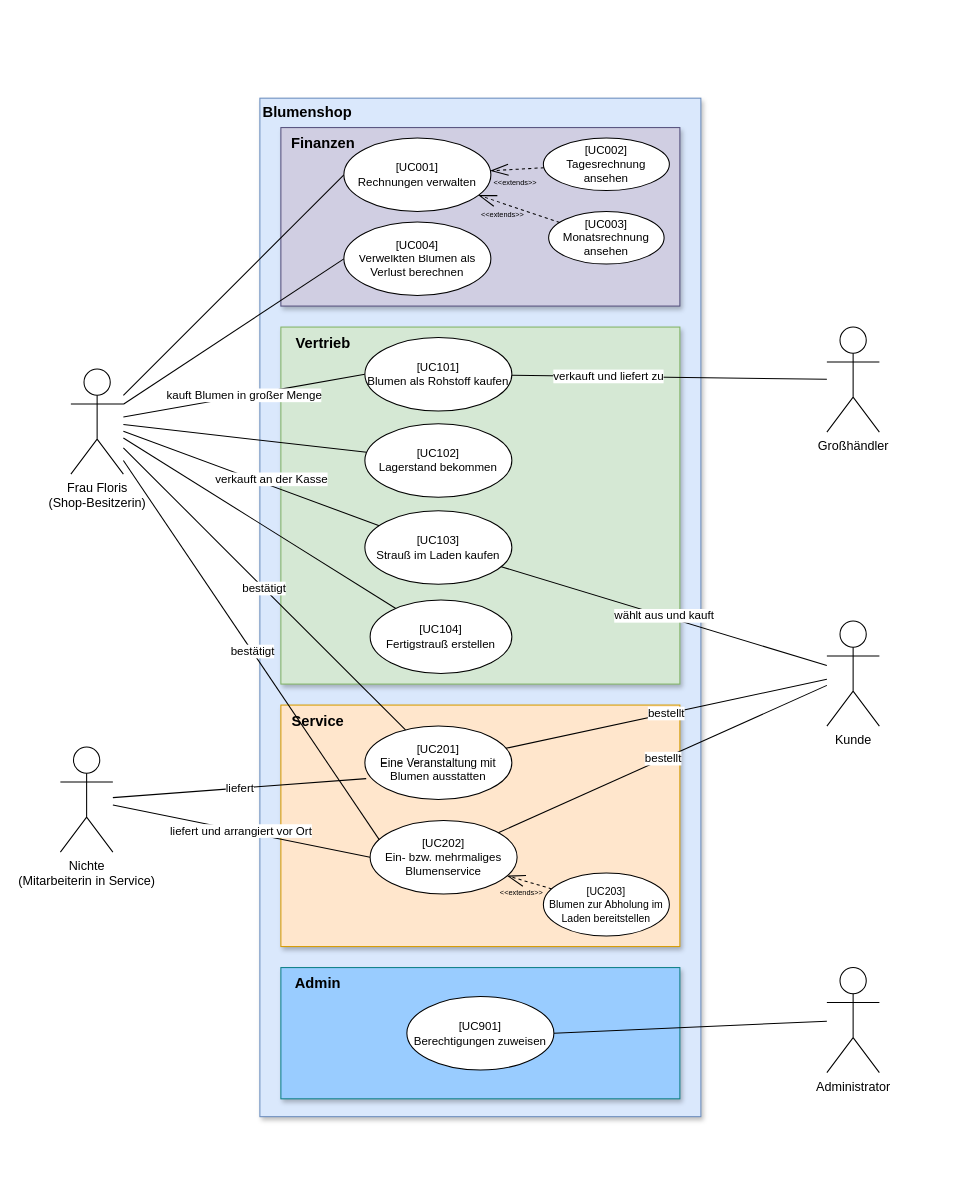
Above: src/main/asciidoc/models/analysis/usecases.drawio in mrEkso/Flower-Shop-Management-System (draw.io), before the change. Source tidied: cells renumbered, new cells numbered last; positions are measured from the earlier drawing's top-left corner, leaving out a move shared by most shapes. Both pictures are drawn from the tidied source at 105%, with x=0, y=0 at pixel (60, 96).
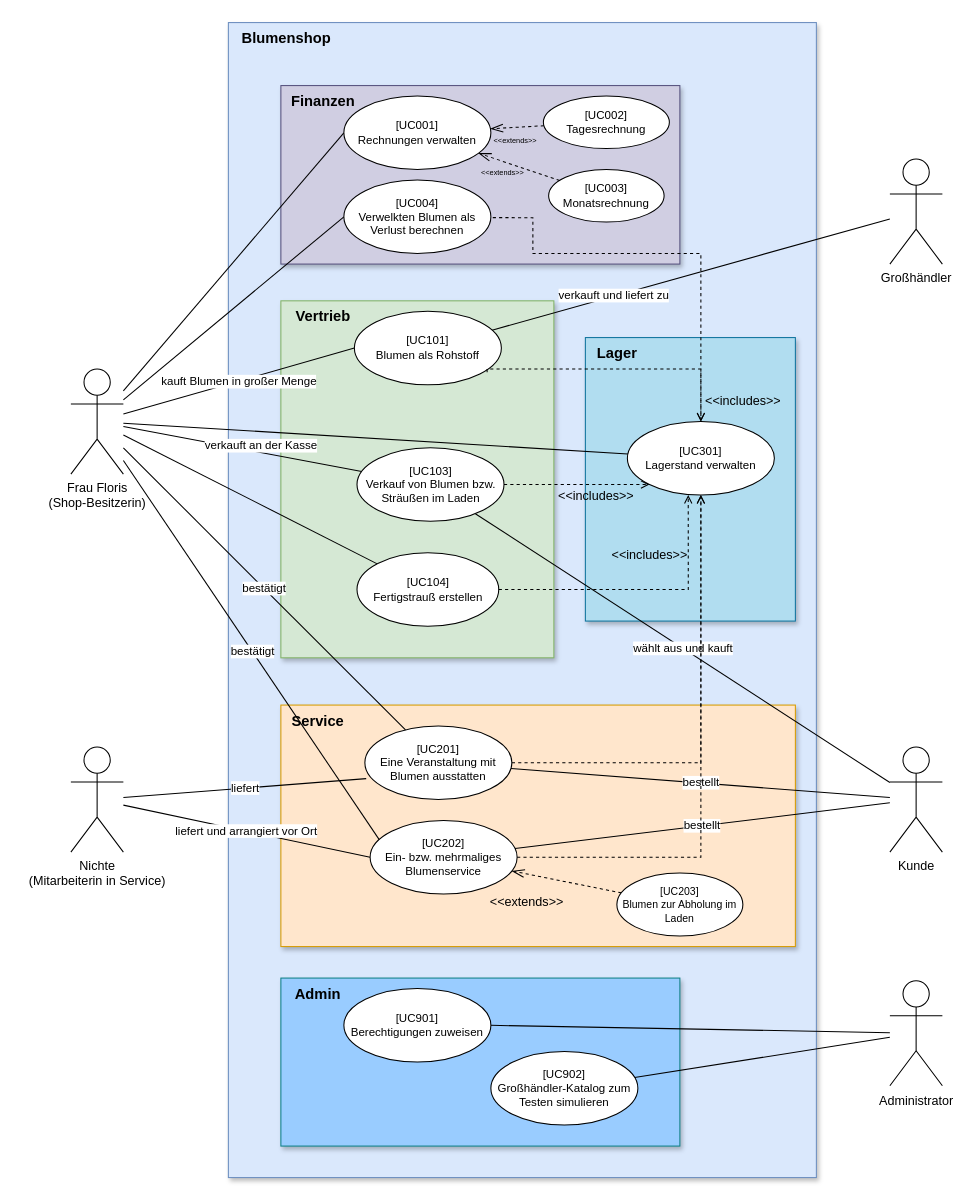
After the change.

Unchanged cells that the change refers to:
```xml
<mxCell id="23" value="[UC201]&lt;br&gt;Eine Veranstaltung mit Blumen ausstatten" style="ellipse;whiteSpace=wrap;html=1;fontSize=11;" parent="1" vertex="1">
  <mxGeometry x="290" y="600" width="140" height="70" as="geometry" />
</mxCell>
<mxCell id="25" value="[UC202]&lt;br&gt;Ein- bzw. mehrmaliges Blumenservice" style="ellipse;whiteSpace=wrap;html=1;fontSize=11;" parent="1" vertex="1">
  <mxGeometry x="295" y="690" width="140" height="70" as="geometry" />
</mxCell>
```

Diff of the diagram source:
```diff
@@
     <mxCell id="2" style="html=1;whiteSpace=wrap;fillColor=#dae8fc;strokeColor=#6c8ebf;shadow=1;labelPosition=left;verticalLabelPosition=top;align=right;verticalAlign=bottom;" parent="1" vertex="1">
-      <mxGeometry x="190" y="2" width="420" height="970" as="geometry" />
+      <mxGeometry x="160" y="-70" width="560" height="1100" as="geometry" />
     </mxCell>
+    <mxCell id="51" style="html=1;whiteSpace=wrap;fillColor=#b1ddf0;strokeColor=#10739e;shadow=1;labelPosition=left;verticalLabelPosition=top;align=right;verticalAlign=bottom;glass=0;rounded=0;" parent="1" vertex="1">
+      <mxGeometry x="500" y="230" width="200" height="270" as="geometry" />
+    </mxCell>
     <mxCell id="3" style="html=1;whiteSpace=wrap;fillColor=#ffe6cc;strokeColor=#d79b00;shadow=1;labelPosition=left;verticalLabelPosition=top;align=right;verticalAlign=bottom;" parent="1" vertex="1">
-      <mxGeometry x="210" y="580" width="380" height="230" as="geometry" />
+      <mxGeometry x="210" y="580" width="490" height="230" as="geometry" />
     </mxCell>
     <mxCell id="4" style="html=1;whiteSpace=wrap;fillColor=#d5e8d4;strokeColor=#82b366;shadow=1;labelPosition=left;verticalLabelPosition=top;align=right;verticalAlign=bottom;glass=0;rounded=0;" parent="1" vertex="1">
-      <mxGeometry x="210" y="220" width="380" height="340" as="geometry" />
+      <mxGeometry x="210" y="195" width="260" height="340" as="geometry" />
     </mxCell>
     <mxCell id="5" style="html=1;whiteSpace=wrap;fillColor=#99CCFF;strokeColor=#0e8088;shadow=1;labelPosition=left;verticalLabelPosition=top;align=right;verticalAlign=bottom;" parent="1" vertex="1">
-      <mxGeometry x="210" y="830" width="380" height="125" as="geometry" />
+      <mxGeometry x="210" y="840" width="380" height="160" as="geometry" />
     </mxCell>
     <mxCell id="6" style="html=1;whiteSpace=wrap;fillColor=#d0cee2;strokeColor=#56517e;shadow=1;labelPosition=left;verticalLabelPosition=top;align=right;verticalAlign=bottom;" parent="1" vertex="1">
-      <mxGeometry x="210" y="30" width="380" height="170" as="geometry" />
+      <mxGeometry x="210" y="-10" width="380" height="170" as="geometry" />
     </mxCell>
@@
     <mxCell id="15" value="Nichte &lt;br&gt;(Mitarbeiterin in Service)" style="shape=umlActor;verticalLabelPosition=bottom;verticalAlign=top;html=1;" parent="1" vertex="1">
-      <mxGeometry y="620" width="50" height="100" as="geometry" />
+      <mxGeometry x="10" y="620" width="50" height="100" as="geometry" />
     </mxCell>
@@
     <mxCell id="18" value="Kunde" style="shape=umlActor;verticalLabelPosition=bottom;verticalAlign=top;html=1;" parent="1" vertex="1">
-      <mxGeometry x="730" y="500" width="50" height="100" as="geometry" />
+      <mxGeometry x="790" y="620" width="50" height="100" as="geometry" />
     </mxCell>
@@
+    <mxCell id="52" style="rounded=0;jettySize=auto;html=1;endArrow=none;endFill=0;" parent="1" edge="1" source="20" target="63">
+      <mxGeometry relative="1" as="geometry" />
+    </mxCell>
     <mxCell id="20" value="Administrator" style="shape=umlActor;verticalLabelPosition=bottom;verticalAlign=top;html=1;" parent="1" vertex="1">
-      <mxGeometry x="730" y="830" width="50" height="100" as="geometry" />
+      <mxGeometry x="790" y="842.5" width="50" height="100" as="geometry" />
     </mxCell>
     <mxCell id="21" value="[UC901]&lt;br&gt;Berechtigungen zuweisen" style="ellipse;whiteSpace=wrap;html=1;fontSize=11;" parent="1" vertex="1">
-      <mxGeometry x="330" y="857.5" width="140" height="70" as="geometry" />
+      <mxGeometry x="270" y="850" width="140" height="70" as="geometry" />
     </mxCell>
-    <mxCell id="22" value="[UC103]&lt;br&gt;Strauß im Laden kaufen" style="ellipse;whiteSpace=wrap;html=1;fontSize=11;" parent="1" vertex="1">
-      <mxGeometry x="290" y="395" width="140" height="70" as="geometry" />
+    <mxCell id="22" value="[UC103]&lt;br&gt;Verkauf von Blumen bzw. Sträußen im Laden" style="ellipse;whiteSpace=wrap;html=1;fontSize=11;" parent="1" vertex="1">
+      <mxGeometry x="282.5" y="335" width="140" height="70" as="geometry" />
     </mxCell>
@@
     <mxCell id="27" value="[UC001]&lt;br&gt;Rechnungen verwalten" style="ellipse;whiteSpace=wrap;html=1;fontSize=11;" parent="1" vertex="1">
-      <mxGeometry x="270" y="40" width="140" height="70" as="geometry" />
+      <mxGeometry x="270" width="140" height="70" as="geometry" />
     </mxCell>
@@
     <mxCell id="30" value="Großhändler" style="shape=umlActor;verticalLabelPosition=bottom;verticalAlign=top;html=1;" parent="1" vertex="1">
-      <mxGeometry x="730" y="220" width="50" height="100" as="geometry" />
+      <mxGeometry x="790" y="60" width="50" height="100" as="geometry" />
     </mxCell>
-    <mxCell id="31" value="[UC101]&lt;br&gt;Blumen als Rohstoff kaufen" style="ellipse;whiteSpace=wrap;html=1;fontSize=11;" parent="1" vertex="1">
-      <mxGeometry x="290" y="230" width="140" height="70" as="geometry" />
+    <mxCell id="31" value="[UC101]&lt;br&gt;Blumen als Rohstoff" style="ellipse;whiteSpace=wrap;html=1;fontSize=11;" parent="1" vertex="1">
+      <mxGeometry x="280" y="205" width="140" height="70" as="geometry" />
     </mxCell>
     <mxCell id="32" value="Blumenshop" style="text;html=1;align=center;verticalAlign=middle;strokeColor=none;fillColor=none;fontStyle=1;fontSize=14;" parent="1" vertex="1">
-      <mxGeometry x="180" width="110" height="30" as="geometry" />
+      <mxGeometry x="160" y="-70" width="110" height="30" as="geometry" />
     </mxCell>
     <mxCell id="33" value="[UC104]&lt;br&gt;Fertigstrauß erstellen" style="ellipse;whiteSpace=wrap;html=1;fontSize=11;" parent="1" vertex="1">
-      <mxGeometry x="295" y="480" width="135" height="70" as="geometry" />
+      <mxGeometry x="282.5" y="435" width="135" height="70" as="geometry" />
     </mxCell>
     <mxCell id="34" value="[UC004]&lt;br&gt;Verwelkten Blumen als Verlust berechnen" style="ellipse;whiteSpace=wrap;html=1;fontSize=11;" parent="1" vertex="1">
-      <mxGeometry x="270" y="120" width="140" height="70" as="geometry" />
+      <mxGeometry x="270" y="80" width="140" height="70" as="geometry" />
     </mxCell>
     <mxCell id="35" value="Finanzen" style="text;html=1;align=center;verticalAlign=middle;strokeColor=none;fillColor=none;fontStyle=1;fontSize=14;" parent="1" vertex="1">
-      <mxGeometry x="210" y="30" width="80" height="30" as="geometry" />
+      <mxGeometry x="210" y="-10" width="80" height="30" as="geometry" />
     </mxCell>
     <mxCell id="36" value="Vertrieb" style="text;html=1;align=center;verticalAlign=middle;strokeColor=none;fillColor=none;fontStyle=1;fontSize=14;" parent="1" vertex="1">
-      <mxGeometry x="210" y="220" width="80" height="30" as="geometry" />
+      <mxGeometry x="210" y="195" width="80" height="30" as="geometry" />
     </mxCell>
@@
-    <mxCell id="39" value="[UC002]&lt;br&gt;Tagesrechnung ansehen" style="ellipse;whiteSpace=wrap;html=1;fontSize=11;" parent="1" vertex="1">
-      <mxGeometry x="460" y="40" width="120" height="50" as="geometry" />
+    <mxCell id="39" value="[UC002]&lt;br&gt;Tagesrechnung" style="ellipse;whiteSpace=wrap;html=1;fontSize=11;" parent="1" vertex="1">
+      <mxGeometry x="460" width="120" height="50" as="geometry" />
     </mxCell>
-    <mxCell id="40" value="[UC003]&lt;br&gt;Monatsrechnung&lt;br style=&quot;font-size: 11px;&quot;&gt;ansehen" style="ellipse;whiteSpace=wrap;html=1;fontSize=11;" parent="1" vertex="1">
-      <mxGeometry x="465" y="110" width="110" height="50" as="geometry" />
+    <mxCell id="40" value="[UC003]&lt;br&gt;Monatsrechnung" style="ellipse;whiteSpace=wrap;html=1;fontSize=11;" parent="1" vertex="1">
+      <mxGeometry x="465" y="70" width="110" height="50" as="geometry" />
     </mxCell>
@@
-    <mxCell id="42" value="[UC102]&lt;br&gt;Lagerstand bekommen" style="ellipse;whiteSpace=wrap;html=1;fontSize=11;" parent="1" vertex="1">
-      <mxGeometry x="290" y="312" width="140" height="70" as="geometry" />
+    <mxCell id="42" value="[UC301]&lt;br&gt;Lagerstand verwalten" style="ellipse;whiteSpace=wrap;html=1;fontSize=11;" parent="1" vertex="1">
+      <mxGeometry x="540" y="310" width="140" height="70" as="geometry" />
     </mxCell>
-    <mxCell id="43" style="rounded=0;jettySize=auto;html=1;endArrow=openThin;endFill=0;startSize=6;endSize=15;dashed=1;" parent="1" edge="1" source="45" target="25">
+    <mxCell id="43" style="rounded=0;jettySize=auto;html=1;endArrow=openThin;endFill=0;startSize=6;endSize=10;dashed=1;" parent="1" edge="1" source="45" target="25">
       <mxGeometry relative="1" as="geometry" />
     </mxCell>
-    <mxCell id="44" value="&lt;font style=&quot;font-size: 7px;&quot;&gt;&amp;lt;&amp;lt;extends&amp;gt;&amp;gt;&lt;/font&gt;" style="edgeLabel;html=1;align=center;verticalAlign=middle;fontColor=default;labelBackgroundColor=none;" parent="43" vertex="1">
+    <mxCell id="44" value="&lt;font style=&quot;font-size: 12px;&quot;&gt;&amp;lt;&amp;lt;extends&amp;gt;&amp;gt;&lt;/font&gt;" style="edgeLabel;html=1;align=center;verticalAlign=middle;fontColor=default;labelBackgroundColor=none;fontSize=12;" parent="43" vertex="1">
       <mxGeometry x="0.42" y="3" relative="1" as="geometry">
-        <mxPoint x="1" y="7" as="offset" />
+        <mxPoint x="-16" y="21" as="offset" />
       </mxGeometry>
     </mxCell>
-    <mxCell id="45" value="&lt;font style=&quot;font-size: 10px;&quot;&gt;[UC203]&lt;br&gt;Blumen zur Abholung im Laden bereitstellen&lt;/font&gt;" style="ellipse;whiteSpace=wrap;html=1;fontSize=11;" parent="1" vertex="1">
-      <mxGeometry x="460" y="740" width="120" height="60" as="geometry" />
+    <mxCell id="45" value="&lt;font style=&quot;font-size: 10px;&quot;&gt;[UC203]&lt;br&gt;Blumen zur Abholung im Laden&lt;/font&gt;" style="ellipse;whiteSpace=wrap;html=1;fontSize=11;" parent="1" vertex="1">
+      <mxGeometry x="530" y="740" width="120" height="60" as="geometry" />
     </mxCell>
     <mxCell id="46" value="Admin" style="text;html=1;align=center;verticalAlign=middle;strokeColor=none;fillColor=none;fontStyle=1;fontSize=14;" parent="1" vertex="1">
-      <mxGeometry x="210" y="830" width="70" height="30" as="geometry" />
+      <mxGeometry x="210" y="840" width="70" height="30" as="geometry" />
     </mxCell>
-    <mxCell id="47" style="rounded=0;jettySize=auto;html=1;endArrow=openThin;endFill=0;startSize=6;endSize=15;dashed=1;" parent="1" edge="1" source="40" target="27">
+    <mxCell id="47" style="rounded=0;jettySize=auto;html=1;endArrow=openThin;endFill=0;startSize=6;endSize=10;dashed=1;" parent="1" edge="1" source="40" target="27">
       <mxGeometry relative="1" as="geometry" />
     </mxCell>
@@
-    <mxCell id="49" style="rounded=0;jettySize=auto;html=1;endArrow=openThin;endFill=0;startSize=6;endSize=15;dashed=1;" parent="1" edge="1" source="39" target="27">
+    <mxCell id="49" style="rounded=0;jettySize=auto;html=1;endArrow=openThin;endFill=0;startSize=6;endSize=10;dashed=1;" parent="1" edge="1" source="39" target="27">
       <mxGeometry relative="1" as="geometry" />
     </mxCell>
@@
+    <mxCell id="53" style="edgeStyle=orthogonalEdgeStyle;rounded=0;jettySize=auto;html=1;dashed=1;endArrow=open;endFill=0;exitX=1;exitY=0.5;exitDx=0;exitDy=0;" parent="1" edge="1" source="22" target="42">
+      <mxGeometry relative="1" as="geometry">
+        <Array as="points">
+          <mxPoint x="520" y="370" />
+          <mxPoint x="520" y="370" />
+        </Array>
+      </mxGeometry>
+    </mxCell>
+    <mxCell id="54" style="edgeStyle=orthogonalEdgeStyle;rounded=0;jettySize=auto;html=1;exitX=1;exitY=0.5;exitDx=0;exitDy=0;dashed=1;endArrow=open;endFill=0;entryX=0.414;entryY=0.999;entryDx=0;entryDy=0;entryPerimeter=0;" parent="1" edge="1" source="33" target="42">
+      <mxGeometry relative="1" as="geometry" />
+    </mxCell>
+    <mxCell id="55" value="&lt;font style=&quot;font-size: 12px;&quot;&gt;&amp;lt;&amp;lt;includes&amp;gt;&amp;gt;&lt;/font&gt;" style="edgeLabel;html=1;align=center;verticalAlign=middle;labelBackgroundColor=none;fontSize=12;" parent="54" vertex="1">
+      <mxGeometry x="0.24" y="-1" relative="1" as="geometry">
+        <mxPoint x="-76" y="-91" as="offset" />
+      </mxGeometry>
+    </mxCell>
+    <mxCell id="56" value="Lager" style="text;html=1;align=center;verticalAlign=middle;strokeColor=none;fillColor=none;fontStyle=1;fontSize=14;" parent="1" vertex="1">
+      <mxGeometry x="500" y="230" width="60" height="30" as="geometry" />
+    </mxCell>
+    <mxCell id="57" style="edgeStyle=orthogonalEdgeStyle;rounded=0;jettySize=auto;html=1;dashed=1;endArrow=open;endFill=0;exitX=0.903;exitY=0.829;exitDx=0;exitDy=0;exitPerimeter=0;" parent="1" edge="1" source="31" target="42">
+      <mxGeometry relative="1" as="geometry">
+        <Array as="points">
+          <mxPoint x="406" y="260" />
+          <mxPoint x="610" y="260" />
+        </Array>
+      </mxGeometry>
+    </mxCell>
+    <mxCell id="58" value="&lt;font style=&quot;font-size: 12px;&quot;&gt;&amp;lt;&amp;lt;includes&amp;gt;&amp;gt;&lt;/font&gt;" style="edgeLabel;html=1;align=center;verticalAlign=middle;labelBackgroundColor=none;fontSize=12;" parent="57" vertex="1">
+      <mxGeometry x="0.24" y="-1" relative="1" as="geometry">
+        <mxPoint x="87" y="29" as="offset" />
+      </mxGeometry>
+    </mxCell>
+    <mxCell id="59" style="edgeStyle=orthogonalEdgeStyle;rounded=0;jettySize=auto;html=1;dashed=1;endArrow=open;endFill=0;" parent="1" edge="1" source="23" target="42">
+      <mxGeometry relative="1" as="geometry" />
+    </mxCell>
+    <mxCell id="60" value="&lt;font style=&quot;font-size: 12px;&quot;&gt;&amp;lt;&amp;lt;includes&amp;gt;&amp;gt;&lt;/font&gt;" style="edgeLabel;html=1;align=center;verticalAlign=middle;labelBackgroundColor=none;fontSize=12;" parent="59" vertex="1">
+      <mxGeometry x="0.24" y="-1" relative="1" as="geometry">
+        <mxPoint x="-51" y="-109" as="offset" />
+      </mxGeometry>
+    </mxCell>
+    <mxCell id="61" style="edgeStyle=orthogonalEdgeStyle;rounded=0;jettySize=auto;html=1;dashed=1;endArrow=open;endFill=0;" parent="1" edge="1" source="25" target="42">
+      <mxGeometry relative="1" as="geometry">
+        <Array as="points">
+          <mxPoint x="610" y="725" />
+        </Array>
+      </mxGeometry>
+    </mxCell>
+    <mxCell id="62" style="edgeStyle=orthogonalEdgeStyle;rounded=0;jettySize=auto;html=1;dashed=1;endArrow=open;endFill=0;exitX=1.013;exitY=0.511;exitDx=0;exitDy=0;exitPerimeter=0;" parent="1" edge="1" source="34" target="42">
+      <mxGeometry relative="1" as="geometry">
+        <Array as="points">
+          <mxPoint x="450" y="116" />
+          <mxPoint x="450" y="150" />
+          <mxPoint x="610" y="150" />
+        </Array>
+      </mxGeometry>
+    </mxCell>
+    <mxCell id="63" value="[UC902]&lt;br&gt;Großhändler-Katalog zum Testen simulieren" style="ellipse;whiteSpace=wrap;html=1;fontSize=11;" parent="1" vertex="1">
+      <mxGeometry x="410" y="910" width="140" height="70" as="geometry" />
+    </mxCell>
```
